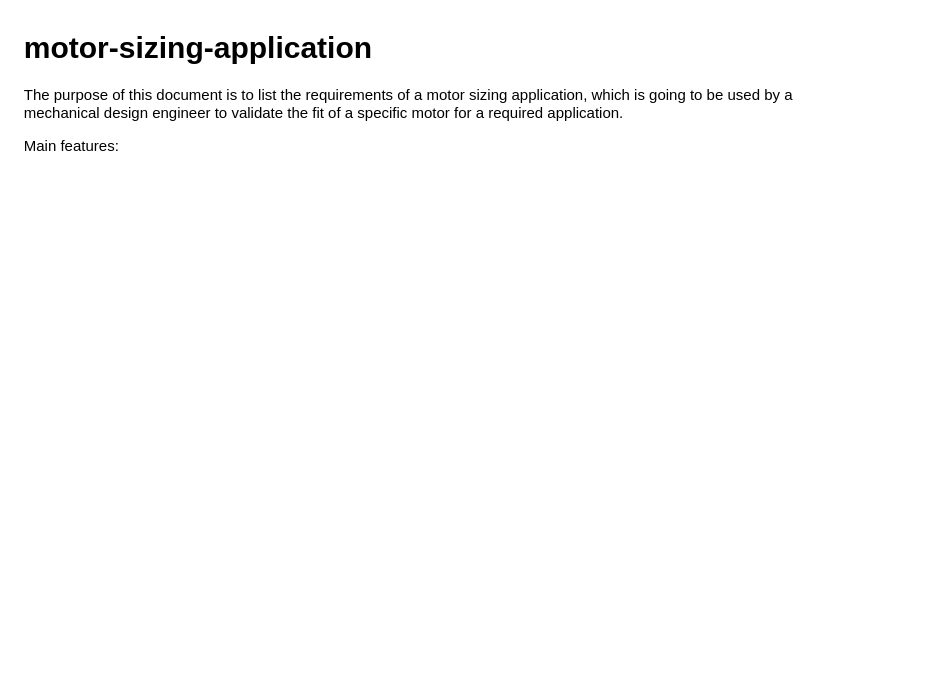
The draw.io diagram motor-sizing-application-scheme.drawio in Fresnowsz/motor-sizing-app, before the edit. Source tidied: cells renumbered, new cells numbered last; positions are measured from the earlier drawing's top-left corner, leaving out a move shared by most shapes. Both pictures are drawn from the tidied source at 125%, with x=0, y=0 at pixel (21, 21).
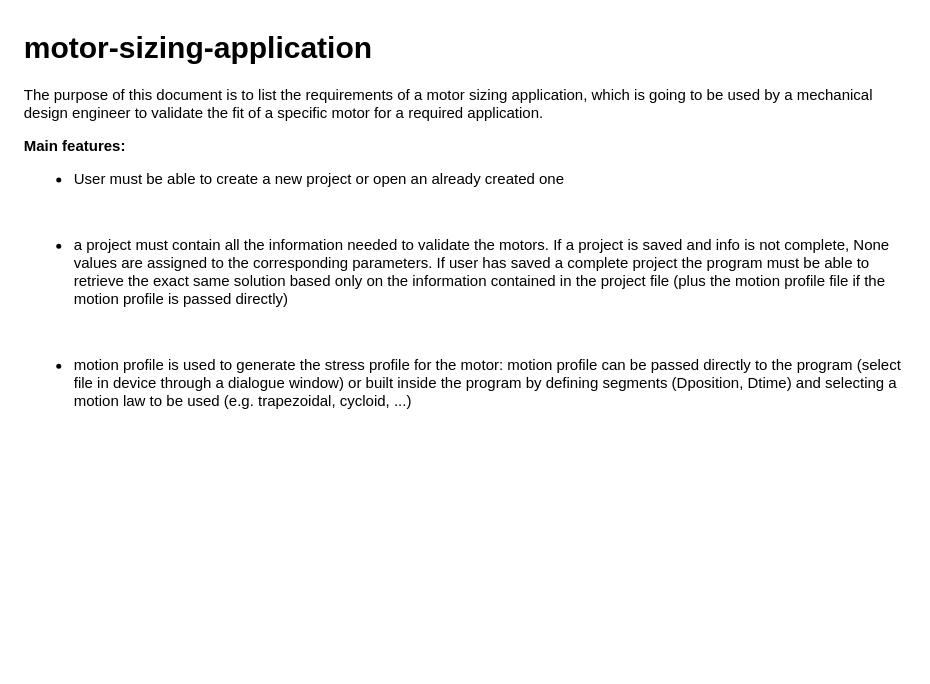
The same page after the edit.

What changed in the source:
```diff
@@
 <mxGraphModel>
   <root>
     <mxCell id="0" />
     <mxCell id="1" parent="0" />
-    <mxCell id="2" value="&lt;h1 style=&quot;margin-top: 0px;&quot;&gt;motor-sizing-application&lt;/h1&gt;&lt;p&gt;The purpose of this document is to list the requirements of a motor sizing application, which is going to be used by a mechanical design engineer to validate the fit of a specific motor for a required application.&lt;/p&gt;&lt;p&gt;Main features:&lt;/p&gt;&lt;p&gt;&lt;br&gt;&lt;/p&gt;&lt;p&gt;&lt;br&gt;&lt;/p&gt;&lt;p&gt;&lt;br&gt;&lt;/p&gt;&lt;p&gt;&lt;br&gt;&lt;/p&gt;" style="text;html=1;whiteSpace=wrap;overflow=hidden;rounded=0;" parent="1" vertex="1">
-      <mxGeometry width="660" height="290" as="geometry" />
+    <mxCell id="2" value="&lt;h1 style=&quot;margin-top: 0px;&quot;&gt;motor-sizing-application&lt;/h1&gt;&lt;p&gt;The purpose of this document is to list the requirements of a motor sizing application, which is going to be used by a mechanical design engineer to validate the fit of a specific motor for a required application.&lt;/p&gt;&lt;p&gt;&lt;b&gt;Main features:&lt;/b&gt;&lt;/p&gt;&lt;p&gt;&lt;/p&gt;&lt;ul&gt;&lt;li&gt;User must be able to create a new project or open an already created one&lt;/li&gt;&lt;/ul&gt;&lt;div&gt;&lt;br&gt;&lt;/div&gt;&lt;ul&gt;&lt;li&gt;a project must contain all the information needed to validate the motors. If a project is saved and info is not complete, None values are assigned to the corresponding parameters. If user has saved a complete project the program must be able to retrieve the exact same solution based only on the information contained in the project file (plus the motion profile file if the motion profile is passed directly)&lt;/li&gt;&lt;/ul&gt;&lt;div&gt;&lt;br&gt;&lt;/div&gt;&lt;ul&gt;&lt;li&gt;motion profile is used to generate the stress profile for the motor: motion profile can be passed directly to the program (select file in device through a dialogue window) or built inside the program by defining segments (Dposition, Dtime) and selecting a motion law to be used (e.g. trapezoidal, cycloid, ...)&lt;/li&gt;&lt;/ul&gt;&lt;br&gt;&lt;p&gt;&lt;/p&gt;&lt;p&gt;&lt;br&gt;&lt;/p&gt;&lt;p&gt;&lt;br&gt;&lt;/p&gt;&lt;p&gt;&lt;br&gt;&lt;/p&gt;&lt;p&gt;&lt;br&gt;&lt;/p&gt;" style="text;html=1;whiteSpace=wrap;overflow=hidden;rounded=0;" parent="1" vertex="1">
+      <mxGeometry width="710" height="510" as="geometry" />
     </mxCell>
   </root>
 </mxGraphModel>
```
